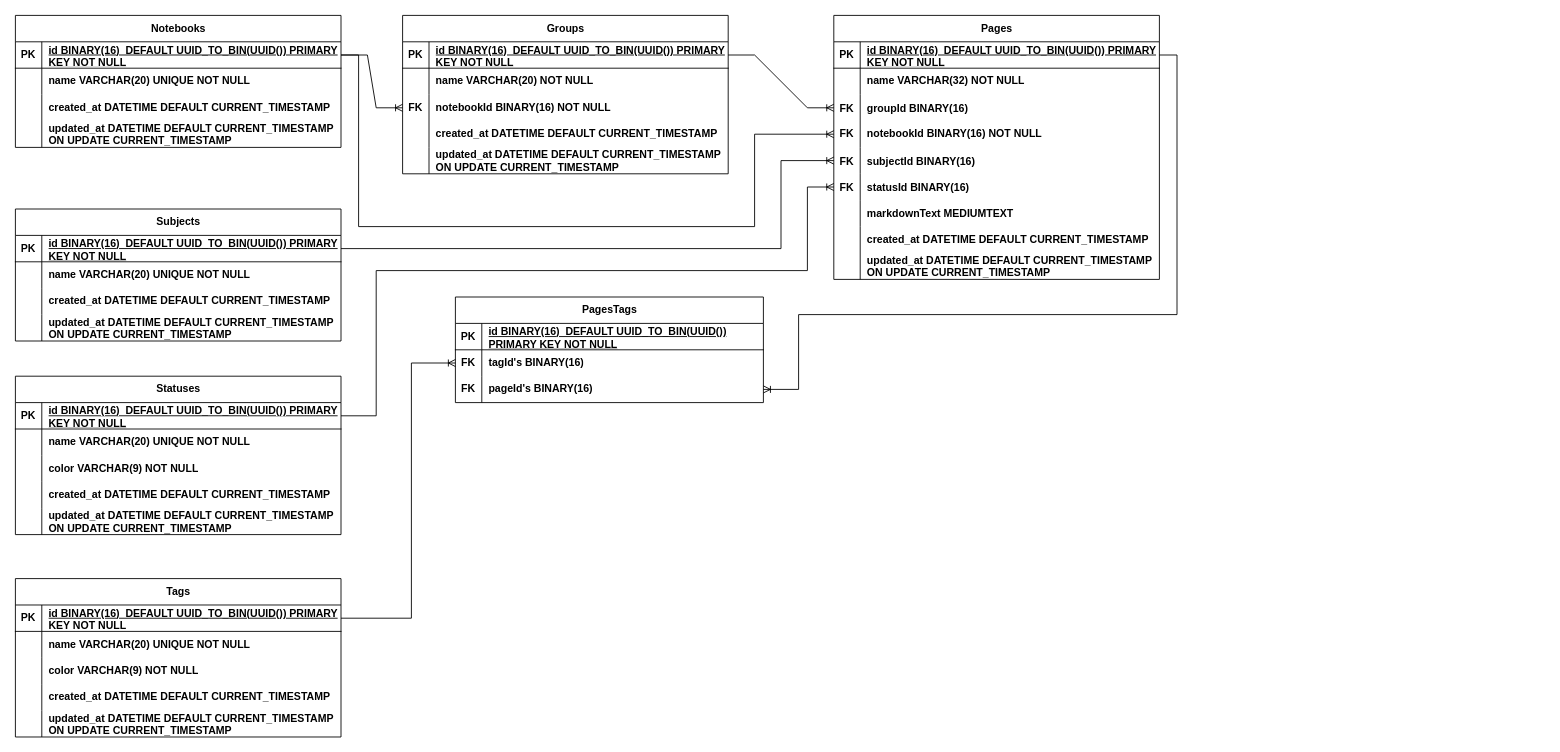
Above: project_files/EverywhereInk_ERDiagram.drawio in aselapasinduD/EverywhereInk (draw.io), before the change. Source tidied: cells renumbered, new cells numbered last; positions are measured from the earlier drawing's top-left corner, leaving out a move shared by most shapes. Both pictures are drawn from the tidied source at 88%, with x=0, y=0 at pixel (15, 15).
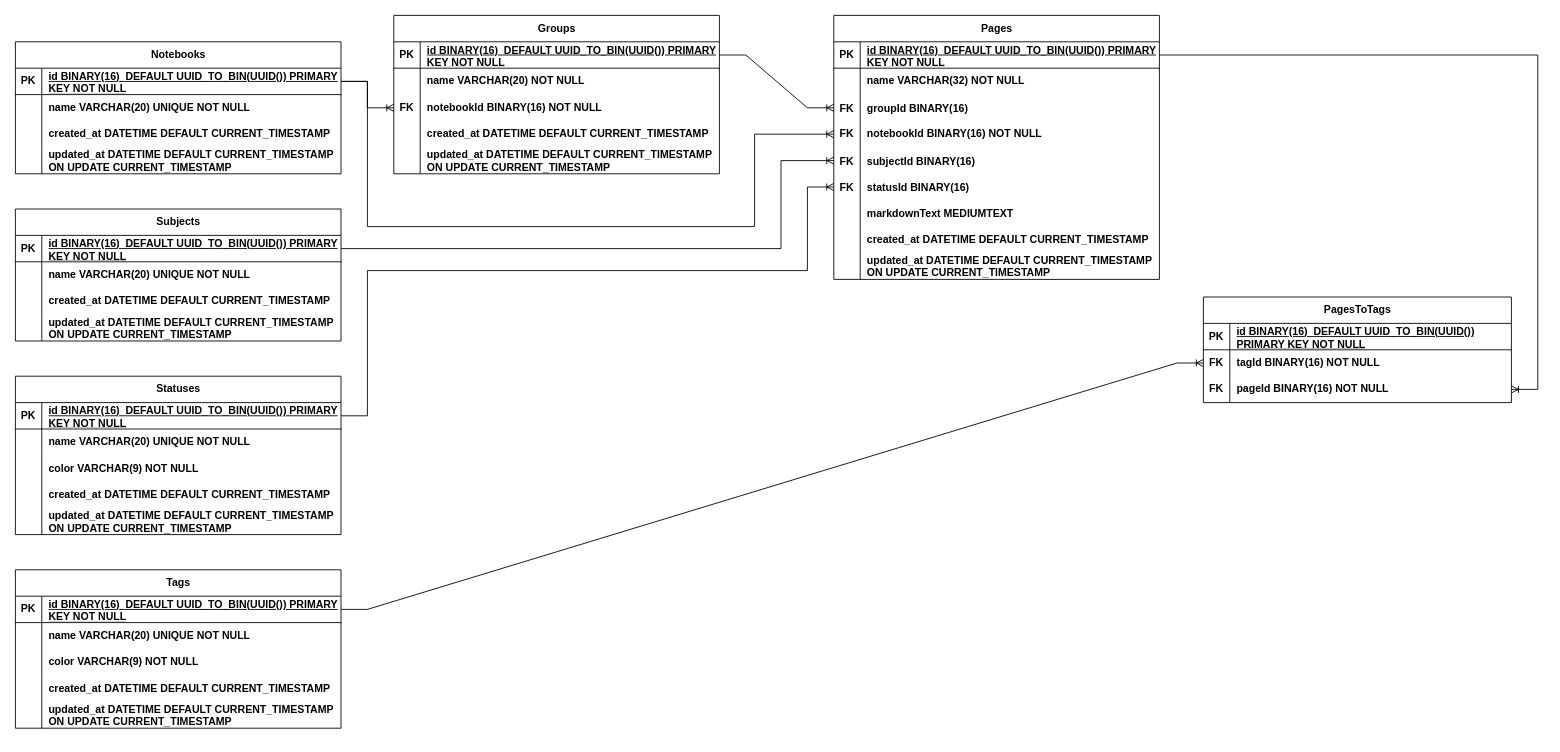
Above is the later version.

Unchanged cells that the change refers to:
```xml
<mxCell id="3" style="shape=tableRow;horizontal=0;startSize=0;swimlaneHead=0;swimlaneBody=0;fillColor=none;points=[[0,0.5],[1,0.5]];portConstraint=eastwest;top=0;left=0;right=0;bottom=1;strokeColor=default;align=center;verticalAlign=middle;fontFamily=Helvetica;fontSize=12;fontColor=default;fontStyle=1;" parent="2" vertex="1">
  <mxGeometry y="30" width="370" height="30" as="geometry" />
</mxCell>
<mxCell id="29" style="shape=tableRow;horizontal=0;startSize=0;swimlaneHead=0;swimlaneBody=0;fillColor=none;points=[[0,0.5],[1,0.5]];portConstraint=eastwest;top=0;left=0;right=0;bottom=1;strokeColor=default;align=center;verticalAlign=middle;fontFamily=Helvetica;fontSize=12;fontColor=default;fontStyle=1;" parent="28" vertex="1">
  <mxGeometry y="30" width="370" height="30" as="geometry" />
</mxCell>
<mxCell id="45" style="shape=tableRow;horizontal=0;startSize=0;swimlaneHead=0;swimlaneBody=0;fillColor=none;points=[[0,0.5],[1,0.5]];portConstraint=eastwest;top=0;left=0;right=0;bottom=1;strokeColor=default;align=center;verticalAlign=middle;fontFamily=Helvetica;fontSize=12;fontColor=default;fontStyle=1;" parent="44" vertex="1">
  <mxGeometry y="30" width="370" height="30" as="geometry" />
</mxCell>
<mxCell id="67" style="shape=tableRow;horizontal=0;startSize=0;swimlaneHead=0;swimlaneBody=0;fillColor=none;points=[[0,0.5],[1,0.5]];portConstraint=eastwest;top=0;left=0;right=0;bottom=0;strokeColor=default;align=center;verticalAlign=middle;fontFamily=Helvetica;fontSize=12;fontColor=default;fontStyle=1;" parent="60" vertex="1">
  <mxGeometry y="90" width="370" height="30" as="geometry" />
</mxCell>
<mxCell id="79" style="shape=tableRow;horizontal=0;startSize=0;swimlaneHead=0;swimlaneBody=0;fillColor=none;points=[[0,0.5],[1,0.5]];portConstraint=eastwest;top=0;left=0;right=0;bottom=1;strokeColor=default;align=center;verticalAlign=middle;fontFamily=Helvetica;fontSize=12;fontColor=default;fontStyle=1;" parent="78" vertex="1">
  <mxGeometry y="30" width="370" height="30" as="geometry" />
</mxCell>
<mxCell id="88" style="shape=tableRow;horizontal=0;startSize=0;swimlaneHead=0;swimlaneBody=0;fillColor=none;points=[[0,0.5],[1,0.5]];portConstraint=eastwest;top=0;left=0;right=0;bottom=0;strokeColor=default;align=center;verticalAlign=middle;fontFamily=Helvetica;fontSize=12;fontColor=default;fontStyle=1;" parent="78" vertex="1">
  <mxGeometry y="120" width="370" height="30" as="geometry" />
</mxCell>
<mxCell id="94" style="shape=tableRow;horizontal=0;startSize=0;swimlaneHead=0;swimlaneBody=0;fillColor=none;points=[[0,0.5],[1,0.5]];portConstraint=eastwest;top=0;left=0;right=0;bottom=0;" parent="78" vertex="1">
  <mxGeometry y="180" width="370" height="30" as="geometry" />
</mxCell>
<mxCell id="114" style="shape=tableRow;horizontal=0;startSize=0;swimlaneHead=0;swimlaneBody=0;fillColor=none;points=[[0,0.5],[1,0.5]];portConstraint=eastwest;top=0;left=0;right=0;bottom=0;fontStyle=1;" parent="110" vertex="1">
  <mxGeometry y="60" width="350" height="30" as="geometry" />
</mxCell>
<mxCell id="117" style="shape=tableRow;horizontal=0;startSize=0;swimlaneHead=0;swimlaneBody=0;fillColor=none;points=[[0,0.5],[1,0.5]];portConstraint=eastwest;top=0;left=0;right=0;bottom=0;fontStyle=1;" parent="110" vertex="1">
  <mxGeometry y="90" width="350" height="30" as="geometry" />
</mxCell>
```

The edit, as a diff of the source:
```diff
@@
     <mxCell id="2" value="Notebooks" style="shape=table;startSize=30;childLayout=tableLayout;rowLines=0;fontStyle=1;align=center;html=1;strokeColor=default;verticalAlign=middle;fontFamily=Helvetica;fontSize=12;fontColor=default;fillColor=default;" parent="1" vertex="1">
-      <mxGeometry width="370" height="150" as="geometry" />
+      <mxGeometry y="30" width="370" height="150" as="geometry" />
     </mxCell>
@@
     <mxCell id="44" value="Tags" style="shape=table;startSize=30;childLayout=tableLayout;rowLines=0;fontStyle=1;align=center;html=1;strokeColor=default;verticalAlign=middle;fontFamily=Helvetica;fontSize=12;fontColor=default;fillColor=default;" parent="1" vertex="1">
-      <mxGeometry y="640" width="370" height="180" as="geometry" />
+      <mxGeometry y="630" width="370" height="180" as="geometry" />
     </mxCell>
@@
     <mxCell id="60" value="Groups" style="shape=table;startSize=30;childLayout=tableLayout;rowLines=0;fontStyle=1;align=center;html=1;strokeColor=default;verticalAlign=middle;fontFamily=Helvetica;fontSize=12;fontColor=default;fillColor=default;" parent="1" vertex="1">
-      <mxGeometry x="440" width="370" height="180" as="geometry" />
+      <mxGeometry x="430" width="370" height="180" as="geometry" />
     </mxCell>
@@
-    <mxCell id="76" style="fontSize=12;html=1;endArrow=ERoneToMany;rounded=0;fontFamily=Helvetica;fontColor=default;fontStyle=1;exitX=1;exitY=0.5;exitDx=0;exitDy=0;entryX=0;entryY=0.5;entryDx=0;entryDy=0;edgeStyle=entityRelationEdgeStyle;" parent="1" edge="1" source="3" target="67">
+    <mxCell id="76" style="fontSize=12;html=1;endArrow=ERoneToMany;rounded=0;fontFamily=Helvetica;fontColor=default;fontStyle=1;exitX=1;exitY=0.5;exitDx=0;exitDy=0;entryX=0;entryY=0.5;entryDx=0;entryDy=0;edgeStyle=orthogonalEdgeStyle;" parent="1" edge="1" source="3" target="67">
       <mxGeometry relative="1" as="geometry">
         <Array as="points">
-          <mxPoint x="420" y="70" />
-          <mxPoint x="440" y="70" />
-          <mxPoint x="400" y="45" />
+          <mxPoint x="400" y="75" />
+          <mxPoint x="400" y="105" />
         </Array>
       </mxGeometry>
     </mxCell>
     <mxCell id="77" style="edgeStyle=orthogonalEdgeStyle;fontSize=12;html=1;endArrow=ERoneToMany;rounded=0;fontFamily=Helvetica;fontColor=default;fontStyle=1;exitX=1;exitY=0.5;exitDx=0;exitDy=0;entryX=0;entryY=0.5;entryDx=0;entryDy=0;" parent="1" edge="1" source="3" target="88">
       <mxGeometry relative="1" as="geometry">
         <Array as="points">
-          <mxPoint x="390" y="45" />
-          <mxPoint x="390" y="240" />
+          <mxPoint x="400" y="75" />
+          <mxPoint x="400" y="240" />
           <mxPoint x="840" y="240" />
           <mxPoint x="840" y="135" />
         </Array>
       </mxGeometry>
     </mxCell>
@@
-    <mxCell id="107" style="edgeStyle=orthogonalEdgeStyle;fontSize=12;html=1;endArrow=ERoneToMany;rounded=0;exitX=1;exitY=0.5;exitDx=0;exitDy=0;entryX=0;entryY=0.5;entryDx=0;entryDy=0;" parent="1" edge="1" source="45" target="114">
-      <mxGeometry relative="1" as="geometry">
-        <Array as="points">
-          <mxPoint x="450" y="685" />
-          <mxPoint x="450" y="395" />
-        </Array>
-      </mxGeometry>
+    <mxCell id="107" style="fontSize=12;html=1;endArrow=ERoneToMany;rounded=0;exitX=1;exitY=0.5;exitDx=0;exitDy=0;entryX=0;entryY=0.5;entryDx=0;entryDy=0;edgeStyle=entityRelationEdgeStyle;" parent="1" edge="1" source="45" target="114">
+      <mxGeometry relative="1" as="geometry" />
     </mxCell>
@@
     <mxCell id="109" style="edgeStyle=orthogonalEdgeStyle;fontSize=12;html=1;endArrow=ERoneToMany;rounded=0;exitX=1;exitY=0.5;exitDx=0;exitDy=0;entryX=0;entryY=0.5;entryDx=0;entryDy=0;" parent="1" edge="1" source="29" target="94">
       <mxGeometry relative="1" as="geometry">
         <Array as="points">
-          <mxPoint x="410" y="455" />
-          <mxPoint x="410" y="290" />
+          <mxPoint x="400" y="455" />
+          <mxPoint x="400" y="290" />
           <mxPoint x="900" y="290" />
           <mxPoint x="900" y="195" />
         </Array>
       </mxGeometry>
     </mxCell>
-    <mxCell id="110" value="PagesTags" style="shape=table;startSize=30;childLayout=tableLayout;rowLines=0;fontStyle=1;align=center;html=1;" parent="1" vertex="1">
-      <mxGeometry x="500" y="320" width="350" height="120" as="geometry" />
+    <mxCell id="110" value="PagesToTags" style="shape=table;startSize=30;childLayout=tableLayout;rowLines=0;fontStyle=1;align=center;html=1;" parent="1" vertex="1">
+      <mxGeometry x="1350" y="320" width="350" height="120" as="geometry" />
     </mxCell>
@@
-    <mxCell id="116" value="&lt;b&gt;tagId's BINARY(16)&lt;/b&gt;" style="shape=partialRectangle;fillColor=none;top=0;left=0;bottom=0;right=0;align=left;spacingLeft=6;overflow=hidden;whiteSpace=wrap;html=1;" parent="114" vertex="1">
+    <mxCell id="116" value="&lt;b&gt;tagId BINARY(16) NOT NULL&lt;/b&gt;" style="shape=partialRectangle;fillColor=none;top=0;left=0;bottom=0;right=0;align=left;spacingLeft=6;overflow=hidden;whiteSpace=wrap;html=1;" parent="114" vertex="1">
       <mxGeometry x="30" width="320" height="30" as="geometry" />
     </mxCell>
@@
-    <mxCell id="119" value="&lt;b&gt;pageId's BINARY(16)&lt;/b&gt;" style="shape=partialRectangle;fillColor=none;top=0;left=0;bottom=0;right=0;align=left;spacingLeft=6;overflow=hidden;whiteSpace=wrap;html=1;" parent="117" vertex="1">
+    <mxCell id="119" value="&lt;b&gt;pageId BINARY(16) NOT NULL&lt;/b&gt;" style="shape=partialRectangle;fillColor=none;top=0;left=0;bottom=0;right=0;align=left;spacingLeft=6;overflow=hidden;whiteSpace=wrap;html=1;" parent="117" vertex="1">
       <mxGeometry x="30" width="320" height="30" as="geometry" />
     </mxCell>
     <mxCell id="120" style="edgeStyle=orthogonalEdgeStyle;fontSize=12;html=1;endArrow=ERoneToMany;rounded=0;exitX=1;exitY=0.5;exitDx=0;exitDy=0;entryX=1;entryY=0.5;entryDx=0;entryDy=0;" parent="1" edge="1" source="79" target="117">
       <mxGeometry relative="1" as="geometry">
         <Array as="points">
-          <mxPoint x="1320" y="45" />
-          <mxPoint x="1320" y="340" />
-          <mxPoint x="890" y="340" />
-          <mxPoint x="890" y="425" />
+          <mxPoint x="1730" y="45" />
+          <mxPoint x="1730" y="425" />
         </Array>
       </mxGeometry>
     </mxCell>
```
